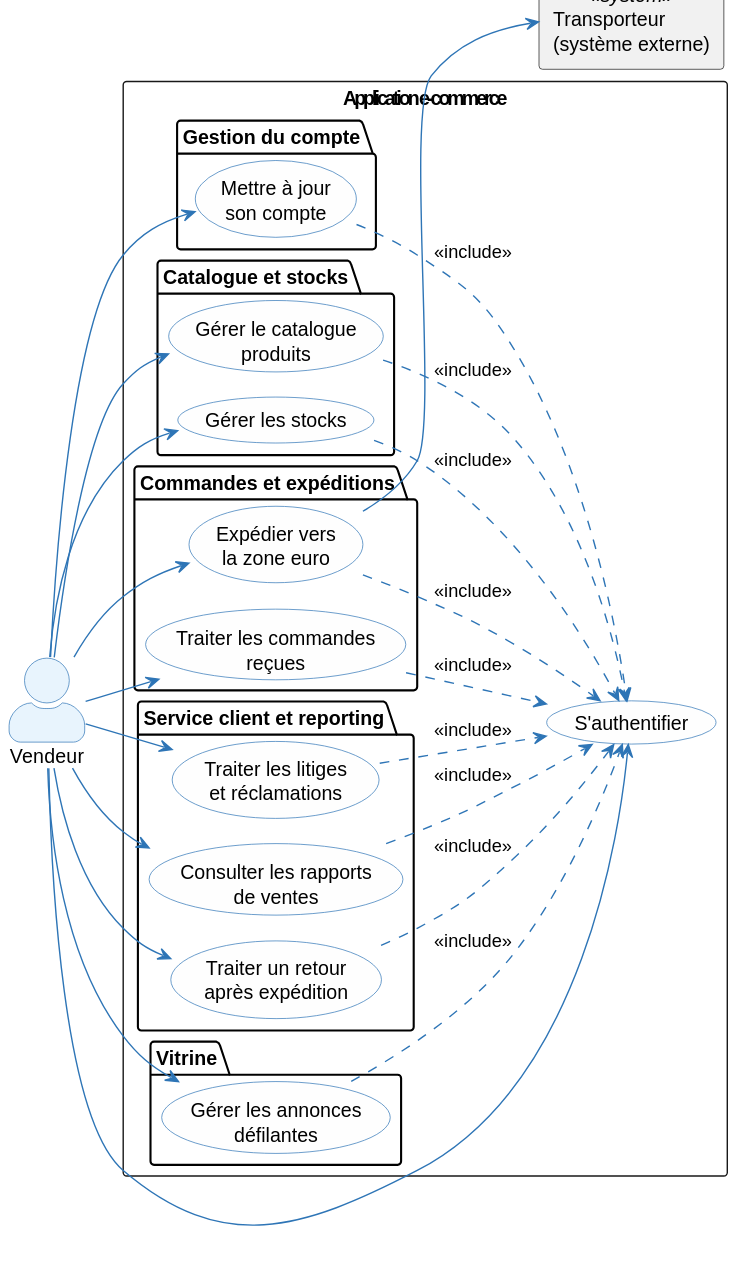
Above: architecture/01-operational-analysis/diagrams/oa-uc-vendor.svg in louistalvande/online_shop (PlantUML), before the change.
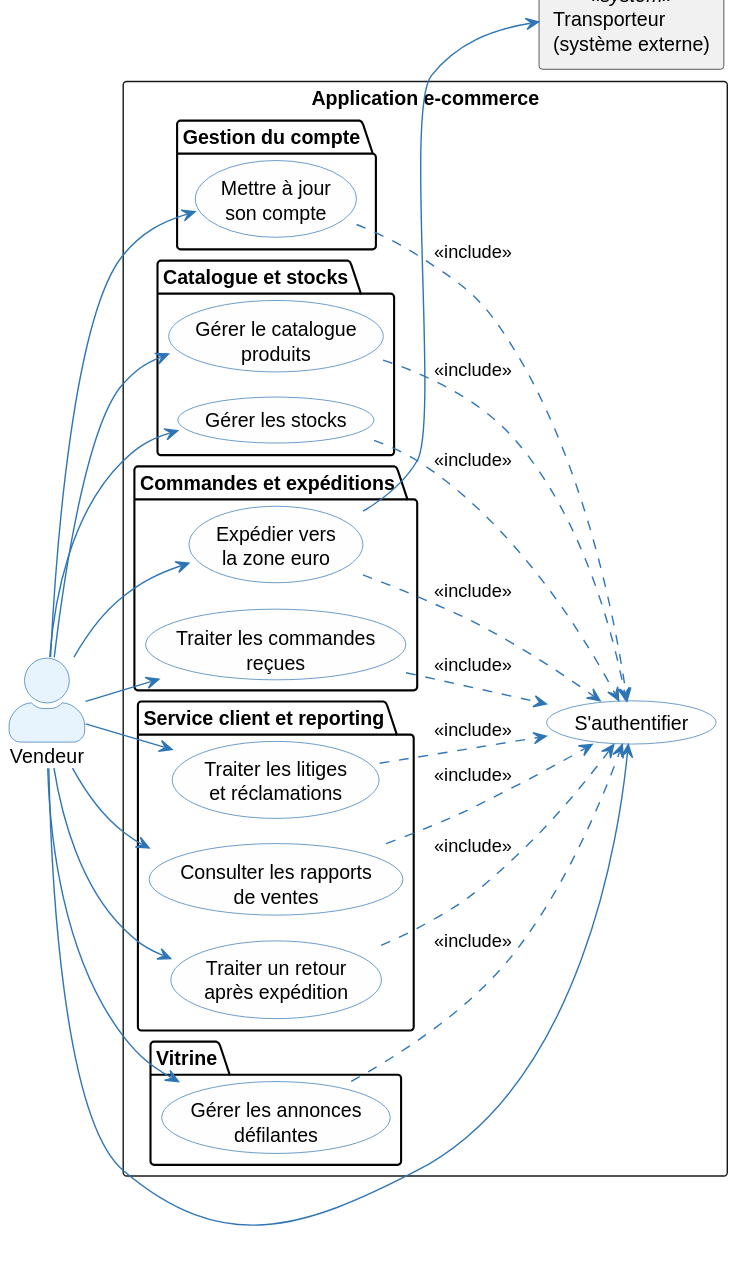
After the commit.

Diff of the diagram source:
```diff
@@ -15,7 +15,7 @@
 actor "Vendeur" as Vendor
 rectangle "Transporteur\n(système externe)" as Carrier <<system>>
 
-rectangle "Boutique en ligne" {
+rectangle "Application e-commerce" {
   usecase (S'authentifier) as UC_V_AUTH
   package "Gestion du compte" {
     usecase (Mettre à jour\nson compte) as UC_V0
```
